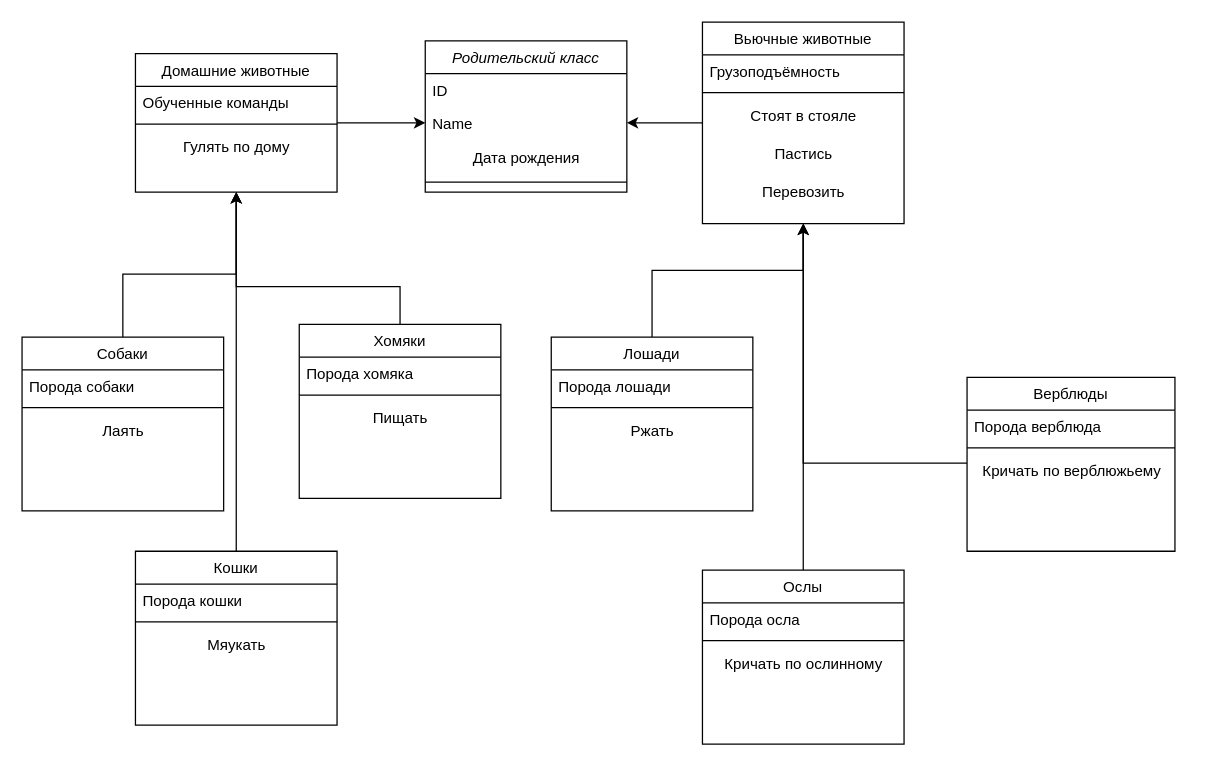
Above: man-friends.drawio in AlexeyZam15/finat-test-specialization (draw.io), before the change. Source tidied: cells renumbered, new cells numbered last; positions are measured from the earlier drawing's top-left corner, leaving out a move shared by most shapes. Both pictures are drawn from the tidied source at 126%, with x=0, y=0 at pixel (21, 21).
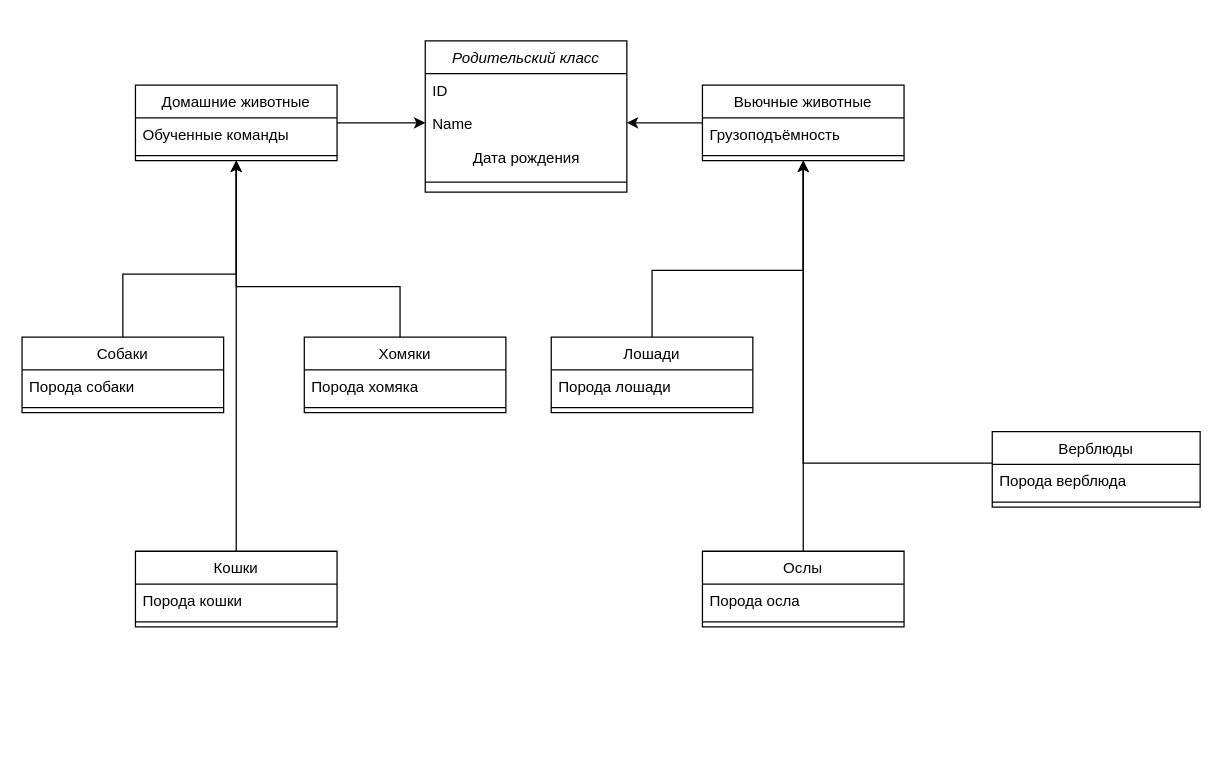
The same page after the edit.

Change to the diagram source:
```diff
@@
     <mxCell id="8" value="Домашние животные" style="swimlane;fontStyle=0;align=center;verticalAlign=top;horizontal=1;startSize=26;rounded=0;shadow=0;strokeWidth=1;" parent="1" vertex="1">
-      <mxGeometry x="90" y="25" width="160" height="110" as="geometry" />
+      <mxGeometry x="90" y="50" width="160" height="60" as="geometry" />
     </mxCell>
@@
-    <mxCell id="11" value="Гулять по дому" style="text;html=1;align=center;verticalAlign=middle;strokeColor=none;fillColor=none;" parent="8" vertex="1">
-      <mxGeometry y="60" width="160" height="30" as="geometry" />
-    </mxCell>
@@
     <mxCell id="13" value="Собаки" style="swimlane;fontStyle=0;align=center;verticalAlign=top;horizontal=1;startSize=26;rounded=0;shadow=0;strokeWidth=1;" parent="1" vertex="1">
-      <mxGeometry y="250" width="160" height="138" as="geometry" />
+      <mxGeometry y="250" width="160" height="60" as="geometry" />
     </mxCell>
@@
-    <mxCell id="16" value="Лаять" style="text;html=1;align=center;verticalAlign=middle;strokeColor=none;fillColor=none;" parent="13" vertex="1">
-      <mxGeometry y="60" width="160" height="30" as="geometry" />
-    </mxCell>
@@
     <mxCell id="18" value="Кошки" style="swimlane;fontStyle=0;align=center;verticalAlign=top;horizontal=1;startSize=26;rounded=0;shadow=0;strokeWidth=1;" parent="1" vertex="1">
-      <mxGeometry x="90" y="420" width="160" height="138" as="geometry" />
+      <mxGeometry x="90" y="420" width="160" height="60" as="geometry" />
     </mxCell>
@@
-    <mxCell id="21" value="Мяукать" style="text;html=1;align=center;verticalAlign=middle;strokeColor=none;fillColor=none;" parent="18" vertex="1">
-      <mxGeometry y="60" width="160" height="30" as="geometry" />
-    </mxCell>
@@
     <mxCell id="23" value="Хомяки" style="swimlane;fontStyle=0;align=center;verticalAlign=top;horizontal=1;startSize=26;rounded=0;shadow=0;strokeWidth=1;" parent="1" vertex="1">
-      <mxGeometry x="220" y="240" width="160" height="138" as="geometry" />
+      <mxGeometry x="224" y="250" width="160" height="60" as="geometry" />
     </mxCell>
@@
-    <mxCell id="26" value="Пищать" style="text;html=1;align=center;verticalAlign=middle;strokeColor=none;fillColor=none;" parent="23" vertex="1">
-      <mxGeometry y="60" width="160" height="30" as="geometry" />
-    </mxCell>
@@
     <mxCell id="28" value="Вьючные животные" style="swimlane;fontStyle=0;align=center;verticalAlign=top;horizontal=1;startSize=26;rounded=0;shadow=0;strokeWidth=1;" parent="1" vertex="1">
-      <mxGeometry x="540" width="160" height="160" as="geometry" />
+      <mxGeometry x="540" y="50" width="160" height="60" as="geometry" />
     </mxCell>
@@
-    <mxCell id="31" value="Стоят в стояле" style="text;html=1;align=center;verticalAlign=middle;strokeColor=none;fillColor=none;" parent="28" vertex="1">
-      <mxGeometry y="60" width="160" height="30" as="geometry" />
-    </mxCell>
-    <mxCell id="32" value="Пастись" style="text;html=1;align=center;verticalAlign=middle;strokeColor=none;fillColor=none;" parent="28" vertex="1">
-      <mxGeometry y="90" width="160" height="30" as="geometry" />
-    </mxCell>
-    <mxCell id="33" value="Перевозить" style="text;html=1;align=center;verticalAlign=middle;strokeColor=none;fillColor=none;" parent="28" vertex="1">
-      <mxGeometry y="120" width="160" height="30" as="geometry" />
-    </mxCell>
@@
     <mxCell id="35" value="Лошади" style="swimlane;fontStyle=0;align=center;verticalAlign=top;horizontal=1;startSize=26;rounded=0;shadow=0;strokeWidth=1;" parent="1" vertex="1">
-      <mxGeometry x="420" y="250" width="160" height="138" as="geometry" />
+      <mxGeometry x="420" y="250" width="160" height="60" as="geometry" />
     </mxCell>
@@
-    <mxCell id="38" value="Ржать" style="text;html=1;align=center;verticalAlign=middle;strokeColor=none;fillColor=none;" parent="35" vertex="1">
-      <mxGeometry y="60" width="160" height="30" as="geometry" />
-    </mxCell>
@@
     <mxCell id="40" value="Ослы" style="swimlane;fontStyle=0;align=center;verticalAlign=top;horizontal=1;startSize=26;rounded=0;shadow=0;strokeWidth=1;" parent="1" vertex="1">
-      <mxGeometry x="540" y="435" width="160" height="138" as="geometry" />
+      <mxGeometry x="540" y="420" width="160" height="60" as="geometry" />
     </mxCell>
@@
-    <mxCell id="43" value="Кричать по ослинному" style="text;html=1;align=center;verticalAlign=middle;strokeColor=none;fillColor=none;" parent="40" vertex="1">
-      <mxGeometry y="60" width="160" height="30" as="geometry" />
-    </mxCell>
     <mxCell id="44" value="Верблюды" style="swimlane;fontStyle=0;align=center;verticalAlign=top;horizontal=1;startSize=26;rounded=0;shadow=0;strokeWidth=1;" parent="1" vertex="1">
-      <mxGeometry x="750" y="282" width="165" height="138" as="geometry" />
+      <mxGeometry x="770" y="325" width="165" height="60" as="geometry" />
     </mxCell>
@@
-    <mxCell id="47" value="Кричать по верблюжьему" style="text;html=1;align=center;verticalAlign=middle;strokeColor=none;fillColor=none;" parent="44" vertex="1">
-      <mxGeometry y="60" width="165" height="30" as="geometry" />
-    </mxCell>
```
